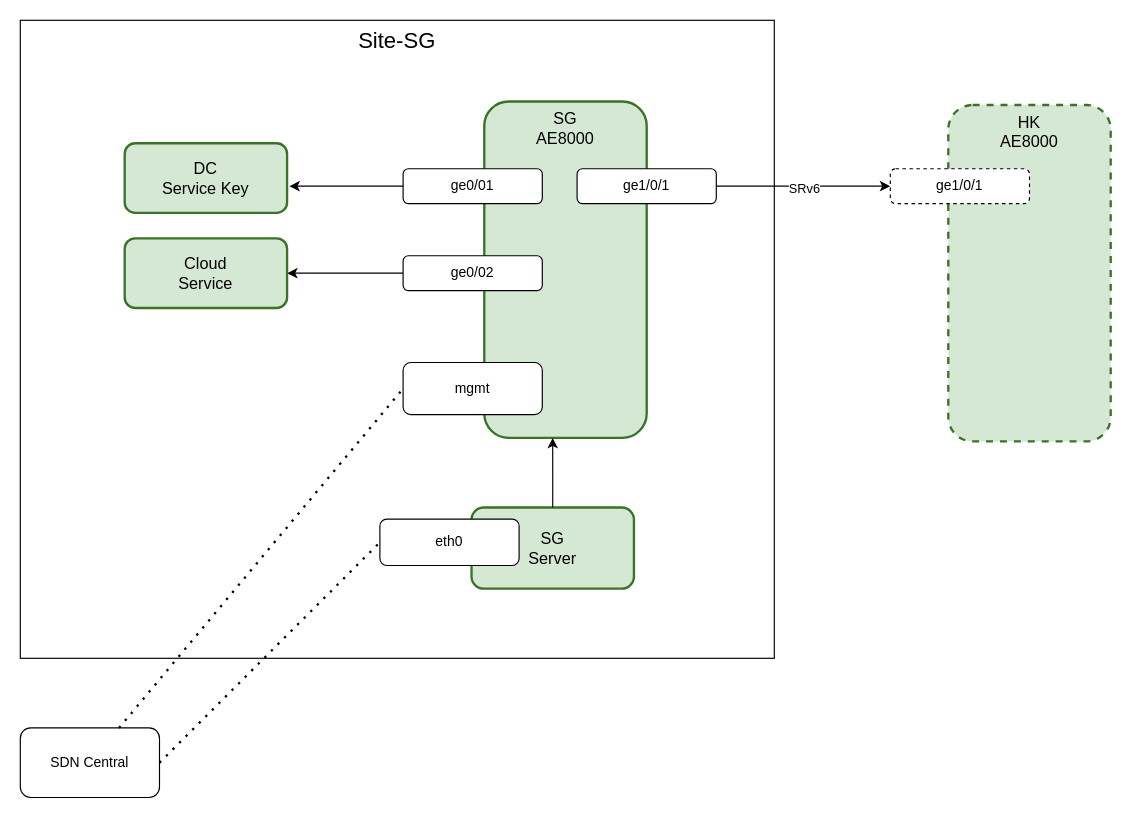
seansuming/ags-sdn-arc keeps this draw.io diagram as page "Overlayer-mgmt" (4 of 6) of arc.drawio. Above is the earlier version. Source tidied: cells renumbered, new cells numbered last; positions are measured from the earlier drawing's top-left corner, leaving out a move shared by most shapes. Both pictures are drawn from the tidied source at 116%, with x=0, y=0 at pixel (20, 20).
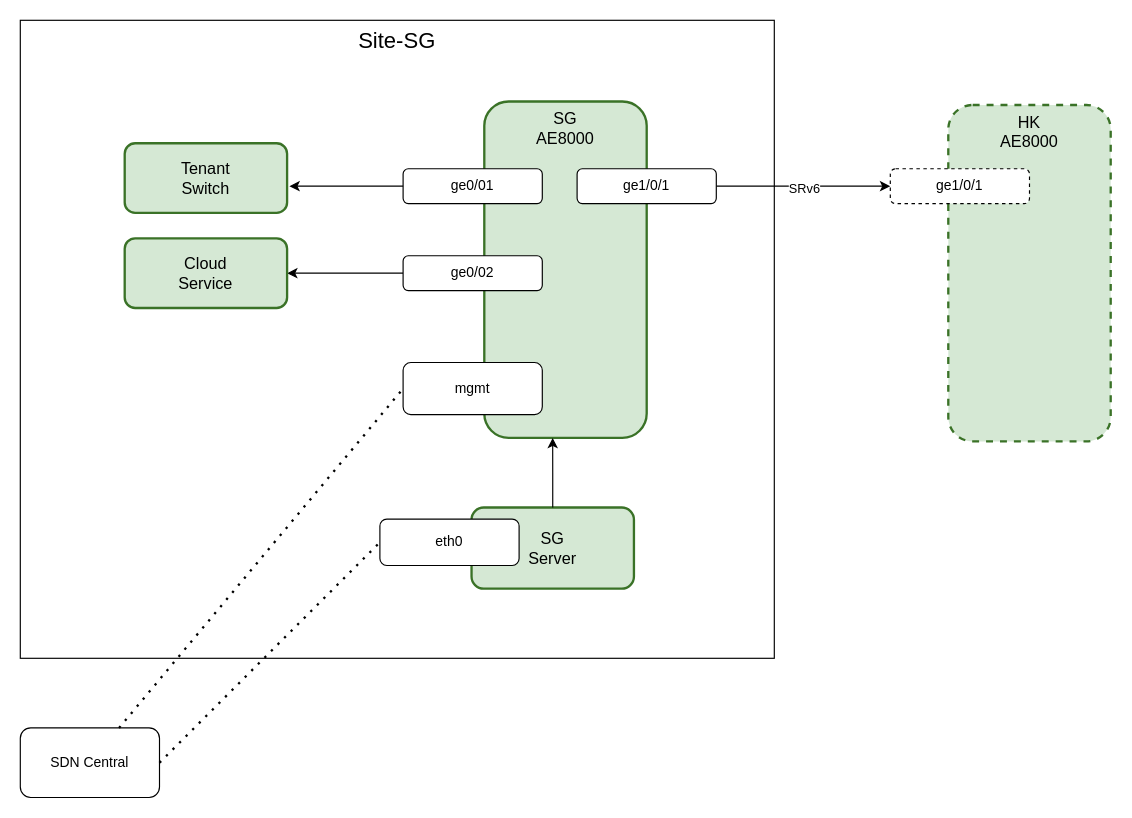
Above is the later version.

Diff of the diagram source:
```diff
@@
-    <mxCell id="4" value="DC&lt;div&gt;Service Key&lt;/div&gt;" style="rounded=1;whiteSpace=wrap;html=1;fillColor=#d5e8d4;strokeColor=#3a7227;strokeWidth=2;fontSize=14;" parent="1" vertex="1">
+    <mxCell id="4" value="Tenant&lt;div&gt;Switch&lt;/div&gt;" style="rounded=1;whiteSpace=wrap;html=1;fillColor=#d5e8d4;strokeColor=#3a7227;strokeWidth=2;fontSize=14;" parent="1" vertex="1">
       <mxGeometry x="90" y="106" width="140" height="60" as="geometry" />
     </mxCell>
```
